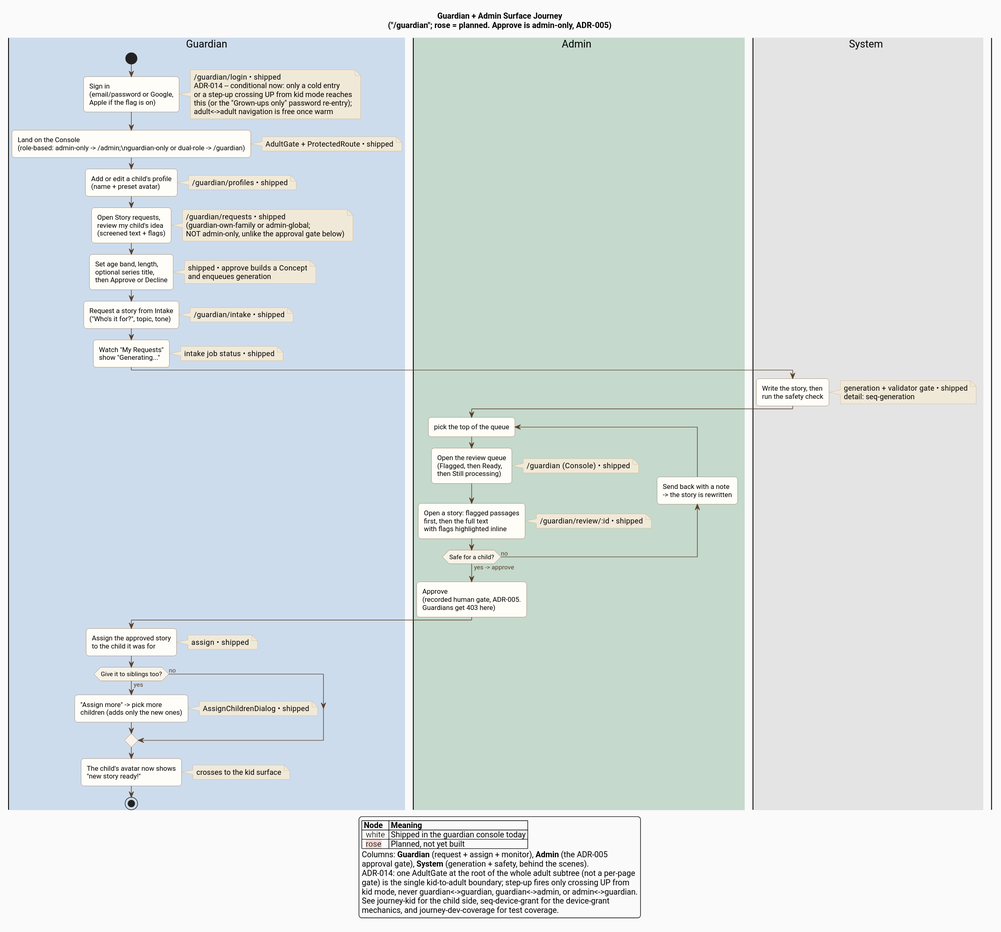
This is docs/architecture/diagrams/journey-guardian.svg from ByronWilliamsCPA/cyo-adventure, a PlantUML export, as it was before one commit.
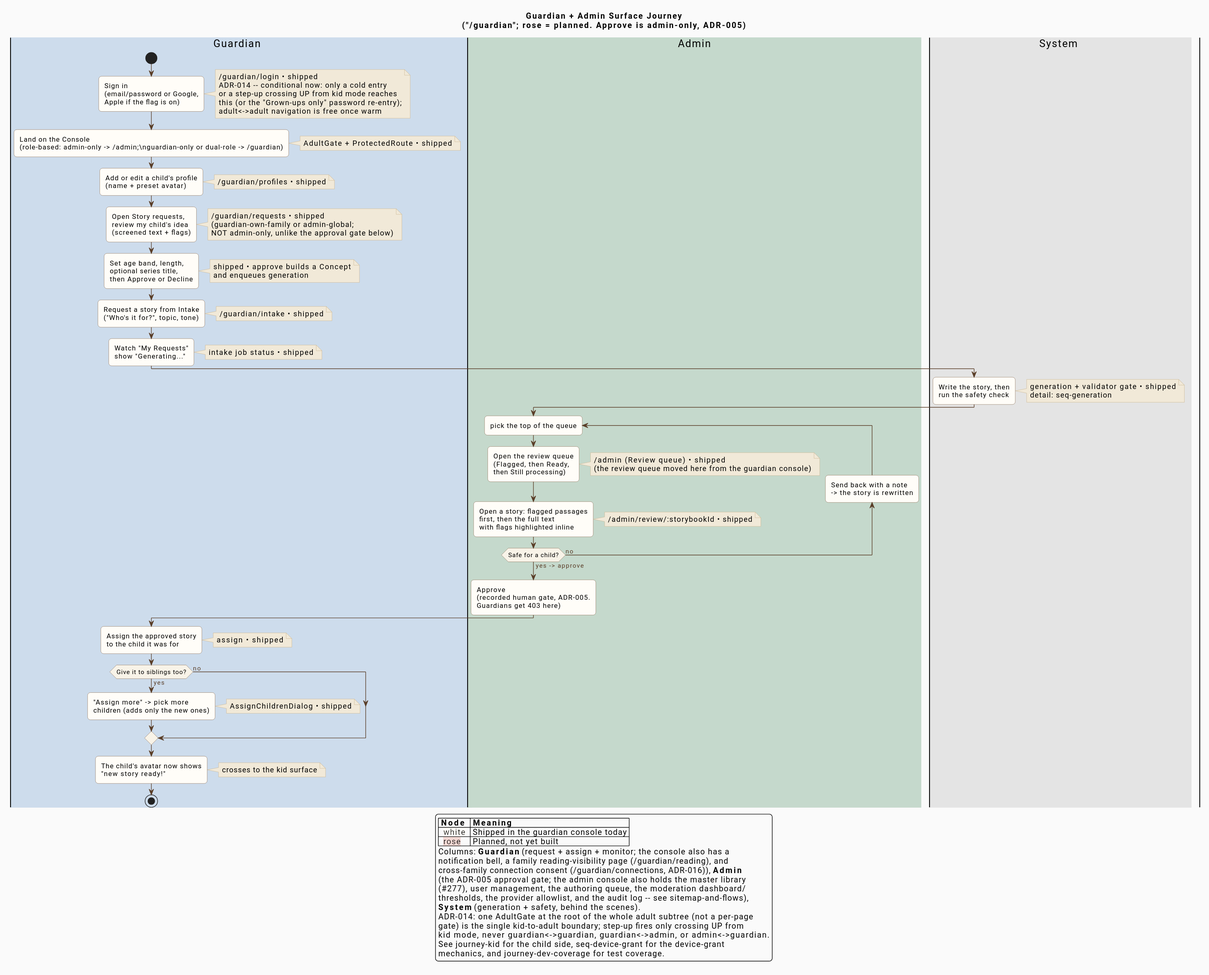
The same file after the commit.

What changed in the source:
```diff
@@ -60,11 +60,11 @@
   :Open the review queue
   (Flagged, then Ready,
   then Still processing);
-  note right: /guardian  (Console)  •  shipped
+  note right: /admin  (Review queue)  •  shipped\n(the review queue moved here from the guardian console)
   :Open a story: flagged passages
   first, then the full text
   with flags highlighted inline;
-  note right: /guardian/review/:id  •  shipped
+  note right: /admin/review/:storybookId  •  shipped
 backward:Send back with a note
 -> the story is rewritten;
 repeat while (Safe for a child?) is (no) not (yes -> approve)
@@ -91,8 +91,13 @@
   |= Node |= Meaning |
   |<back:#FFFDF8>  white  </back>| Shipped in the guardian console today |
   |<back:#F3D9D4>  rose   </back>| Planned, not yet built |
-  Columns: <b>Guardian</b> (request + assign + monitor), <b>Admin</b> (the ADR-005
-  approval gate), <b>System</b> (generation + safety, behind the scenes).
+  Columns: <b>Guardian</b> (request + assign + monitor; the console also has a
+  notification bell, a family reading-visibility page (/guardian/reading), and
+  cross-family connection consent (/guardian/connections, ADR-016)), <b>Admin</b>
+  (the ADR-005 approval gate; the admin console also holds the master library
+  (#277), user management, the authoring queue, the moderation dashboard/
+  thresholds, the provider allowlist, and the audit log -- see sitemap-and-flows),
+  <b>System</b> (generation + safety, behind the scenes).
   ADR-014: one AdultGate at the root of the whole adult subtree (not a per-page
   gate) is the single kid-to-adult boundary; step-up fires only crossing UP from
   kid mode, never guardian<->guardian, guardian<->admin, or admin<->guardian.
```
